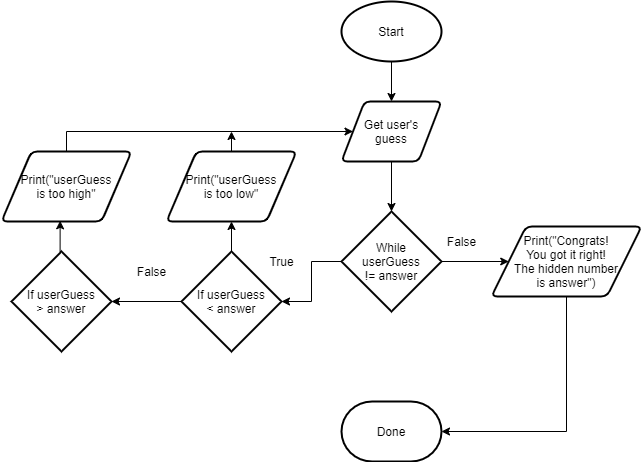
Earlier version of the draw.io export Unit5-07.png (Infinity-deGuzman/ICS2O-Unit5-07-HTML-Guess_My_Number). Source tidied: cells renumbered, new cells last; positions are measured from the earlier drawing's top-left corner, leaving out a move shared by most shapes.
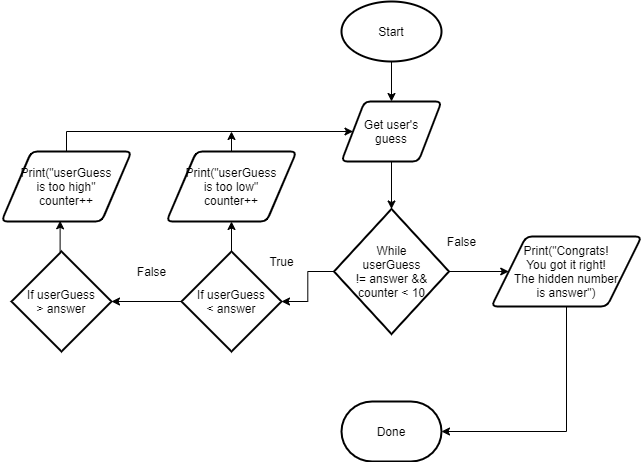
Later version of the same file.

The edit, as a diff of the source:
```diff
@@ -20,8 +20,8 @@
     <mxCell id="7" style="edgeStyle=orthogonalEdgeStyle;rounded=0;jettySize=auto;html=1;exitX=0;exitY=0.5;exitDx=0;exitDy=0;exitPerimeter=0;entryX=1;entryY=0.5;entryDx=0;entryDy=0;entryPerimeter=0;" parent="1" edge="1" source="8" target="13">
       <mxGeometry relative="1" as="geometry" />
     </mxCell>
-    <mxCell id="8" value="While&lt;br&gt;userGuess&lt;br&gt;!= answer" style="strokeWidth=2;html=1;shape=mxgraph.flowchart.decision;whiteSpace=wrap;" parent="1" vertex="1">
-      <mxGeometry x="340" y="210" width="100" height="100" as="geometry" />
+    <mxCell id="8" value="While&lt;br&gt;userGuess&lt;br&gt;!= answer &amp;amp;&amp;amp; counter &amp;lt; 10" style="strokeWidth=2;html=1;shape=mxgraph.flowchart.decision;whiteSpace=wrap;" parent="1" vertex="1">
+      <mxGeometry x="332.5" y="207.5" width="115" height="125" as="geometry" />
     </mxCell>
     <mxCell id="9" style="edgeStyle=orthogonalEdgeStyle;rounded=0;jettySize=auto;html=1;exitX=0.5;exitY=0;exitDx=0;exitDy=0;exitPerimeter=0;entryX=0.451;entryY=0.99;entryDx=0;entryDy=0;entryPerimeter=0;" parent="1" edge="1" source="10" target="22">
       <mxGeometry relative="1" as="geometry" />
@@ -42,7 +42,7 @@
       <mxGeometry relative="1" as="geometry" />
     </mxCell>
     <mxCell id="15" value="Print(&quot;Congrats!&lt;br&gt;You got it right!&lt;br&gt;The hidden number&lt;br&gt;is answer&quot;)" style="shape=parallelogram;html=1;strokeWidth=2;perimeter=parallelogramPerimeter;whiteSpace=wrap;rounded=1;arcSize=12;size=0.23;" parent="1" vertex="1">
-      <mxGeometry x="490" y="225" width="150" height="70" as="geometry" />
+      <mxGeometry x="490" y="235" width="150" height="70" as="geometry" />
     </mxCell>
     <mxCell id="16" value="False" style="text;html=1;align=center;verticalAlign=middle;fillColor=none;strokeColor=none;rounded=0;" parent="1" vertex="1">
       <mxGeometry x="440" y="230" width="40" height="20" as="geometry" />
@@ -58,13 +58,13 @@
         <mxPoint x="230" y="130" as="targetPoint" />
       </mxGeometry>
     </mxCell>
-    <mxCell id="20" value="Print(&quot;userGuess&lt;br&gt;is too low&quot;" style="shape=parallelogram;html=1;strokeWidth=2;perimeter=parallelogramPerimeter;whiteSpace=wrap;rounded=1;arcSize=12;size=0.23;" parent="1" vertex="1">
+    <mxCell id="20" value="Print(&quot;userGuess&lt;br&gt;is too low&quot;&lt;br&gt;counter++" style="shape=parallelogram;html=1;strokeWidth=2;perimeter=parallelogramPerimeter;whiteSpace=wrap;rounded=1;arcSize=12;size=0.23;" parent="1" vertex="1">
       <mxGeometry x="165" y="150" width="130" height="70" as="geometry" />
     </mxCell>
     <mxCell id="21" style="edgeStyle=orthogonalEdgeStyle;rounded=0;jettySize=auto;html=1;exitX=0.5;exitY=0;exitDx=0;exitDy=0;entryX=0;entryY=0.5;entryDx=0;entryDy=0;" parent="1" edge="1" source="22" target="5">
       <mxGeometry relative="1" as="geometry" />
     </mxCell>
-    <mxCell id="22" value="Print(&quot;userGuess&lt;br&gt;is too high&quot;" style="shape=parallelogram;html=1;strokeWidth=2;perimeter=parallelogramPerimeter;whiteSpace=wrap;rounded=1;arcSize=12;size=0.23;" parent="1" vertex="1">
+    <mxCell id="22" value="Print(&quot;userGuess&lt;br&gt;is too high&quot;&lt;br&gt;counter++" style="shape=parallelogram;html=1;strokeWidth=2;perimeter=parallelogramPerimeter;whiteSpace=wrap;rounded=1;arcSize=12;size=0.23;" parent="1" vertex="1">
       <mxGeometry y="150" width="130" height="70" as="geometry" />
     </mxCell>
     <mxCell id="23" value="Done" style="strokeWidth=2;html=1;shape=mxgraph.flowchart.terminator;whiteSpace=wrap;" parent="1" vertex="1">
```
